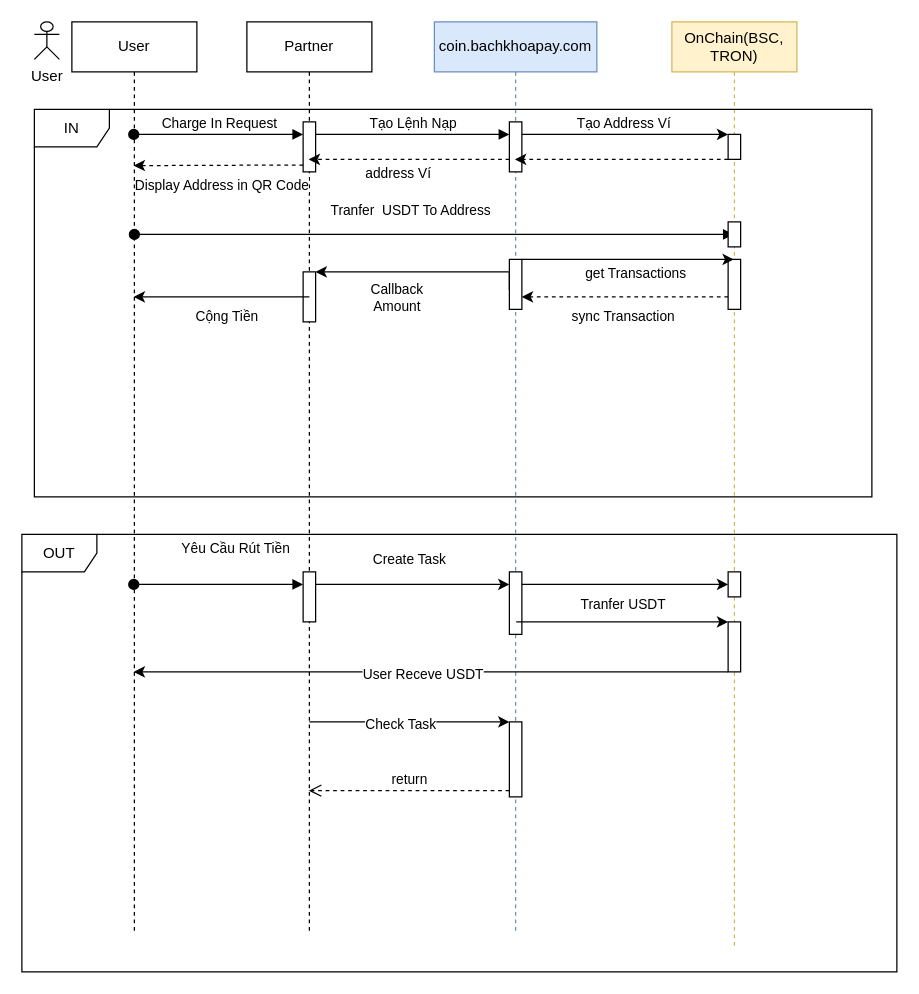
Earlier version of the draw.io diagram NapTheNhanh.drawio (bachdev/diagram). Source tidied: cells renumbered, new cells numbered last; positions are measured from the earlier drawing's top-left corner, leaving out a move shared by most shapes. Both pictures are drawn from the tidied source at 125%, with x=0, y=0 at pixel (21, 21).
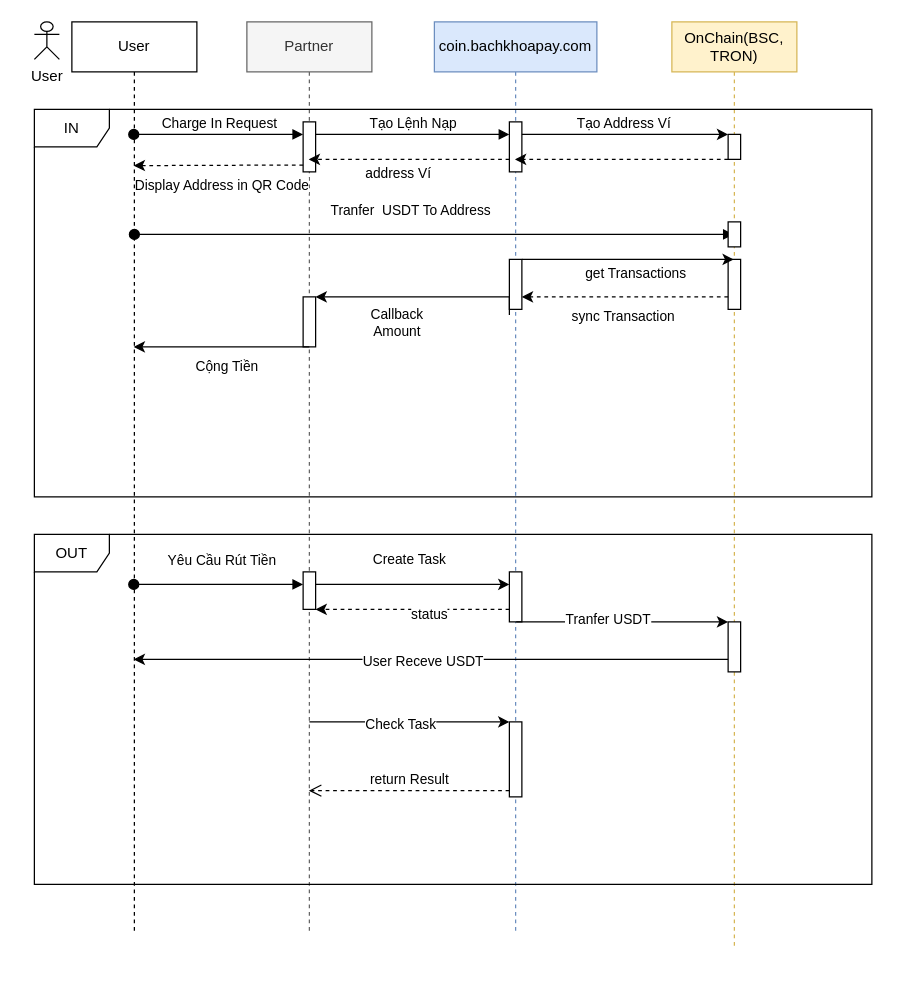
Above is the later version.

Unchanged cells that the change refers to:
```xml
<mxCell id="6" value="coin.bachkhoapay.com" style="shape=umlLifeline;perimeter=lifelinePerimeter;whiteSpace=wrap;html=1;newEdgeStyle={&quot;edgeStyle&quot;:&quot;elbowEdgeStyle&quot;,&quot;elbow&quot;:&quot;vertical&quot;,&quot;curved&quot;:0,&quot;rounded&quot;:0};fillColor=#dae8fc;strokeColor=#6c8ebf;" parent="1" vertex="1">
  <mxGeometry x="330" width="130" height="730" as="geometry" />
</mxCell>
<mxCell id="11" style="html=1;points=[[0,0,0,0,5],[0,1,0,0,-5],[1,0,0,0,5],[1,1,0,0,-5]];perimeter=orthogonalPerimeter;outlineConnect=0;targetShapes=umlLifeline;portConstraint=eastwest;newEdgeStyle={&quot;curved&quot;:0,&quot;rounded&quot;:0};" parent="6" vertex="1">
  <mxGeometry x="60" y="560" width="10" height="60" as="geometry" />
</mxCell>
<mxCell id="14" value="OnChain(BSC, TRON)" style="shape=umlLifeline;perimeter=lifelinePerimeter;whiteSpace=wrap;html=1;outlineConnect=0;portConstraint=eastwest;newEdgeStyle={&quot;edgeStyle&quot;:&quot;elbowEdgeStyle&quot;,&quot;elbow&quot;:&quot;vertical&quot;,&quot;curved&quot;:0,&quot;rounded&quot;:0};fillColor=#fff2cc;strokeColor=#d6b656;" parent="1" vertex="1">
  <mxGeometry x="520" width="100" height="740" as="geometry" />
</mxCell>
<mxCell id="19" style="html=1;points=[];perimeter=orthogonalPerimeter;outlineConnect=0;targetShapes=umlLifeline;portConstraint=eastwest;newEdgeStyle={&quot;edgeStyle&quot;:&quot;elbowEdgeStyle&quot;,&quot;elbow&quot;:&quot;vertical&quot;,&quot;curved&quot;:0,&quot;rounded&quot;:0};" parent="14" vertex="1">
  <mxGeometry x="45" y="480" width="10" height="40" as="geometry" />
</mxCell>
<mxCell id="20" value="User" style="shape=umlLifeline;perimeter=lifelinePerimeter;whiteSpace=wrap;html=1;outlineConnect=0;portConstraint=eastwest;newEdgeStyle={&quot;edgeStyle&quot;:&quot;elbowEdgeStyle&quot;,&quot;elbow&quot;:&quot;vertical&quot;,&quot;curved&quot;:0,&quot;rounded&quot;:0};" parent="1" vertex="1">
  <mxGeometry x="40" width="100" height="730" as="geometry" />
</mxCell>
<mxCell id="45" style="edgeStyle=elbowEdgeStyle;rounded=0;orthogonalLoop=1;jettySize=auto;html=1;elbow=vertical;curved=0;" parent="1" edge="1">
  <mxGeometry relative="1" as="geometry">
    <mxPoint x="395.5" y="480" as="sourcePoint" />
    <mxPoint x="565" y="480" as="targetPoint" />
  </mxGeometry>
</mxCell>
```

Diff of the diagram source:
```diff
@@
-    <mxCell id="2" value="Partner" style="shape=umlLifeline;perimeter=lifelinePerimeter;whiteSpace=wrap;html=1;outlineConnect=0;portConstraint=eastwest;newEdgeStyle={&quot;edgeStyle&quot;:&quot;elbowEdgeStyle&quot;,&quot;elbow&quot;:&quot;vertical&quot;,&quot;curved&quot;:0,&quot;rounded&quot;:0};" parent="1" vertex="1">
+    <mxCell id="2" value="Partner" style="shape=umlLifeline;perimeter=lifelinePerimeter;whiteSpace=wrap;html=1;outlineConnect=0;portConstraint=eastwest;newEdgeStyle={&quot;edgeStyle&quot;:&quot;elbowEdgeStyle&quot;,&quot;elbow&quot;:&quot;vertical&quot;,&quot;curved&quot;:0,&quot;rounded&quot;:0};fillColor=#f5f5f5;fontColor=#333333;strokeColor=#666666;" parent="1" vertex="1">
       <mxGeometry x="180" width="100" height="730" as="geometry" />
     </mxCell>
@@
     <mxCell id="4" style="html=1;points=[];perimeter=orthogonalPerimeter;outlineConnect=0;targetShapes=umlLifeline;portConstraint=eastwest;newEdgeStyle={&quot;edgeStyle&quot;:&quot;elbowEdgeStyle&quot;,&quot;elbow&quot;:&quot;vertical&quot;,&quot;curved&quot;:0,&quot;rounded&quot;:0};" parent="2" vertex="1">
-      <mxGeometry x="45" y="200" width="10" height="40" as="geometry" />
+      <mxGeometry x="45" y="220" width="10" height="40" as="geometry" />
     </mxCell>
     <mxCell id="5" style="html=1;points=[];perimeter=orthogonalPerimeter;outlineConnect=0;targetShapes=umlLifeline;portConstraint=eastwest;newEdgeStyle={&quot;edgeStyle&quot;:&quot;elbowEdgeStyle&quot;,&quot;elbow&quot;:&quot;vertical&quot;,&quot;curved&quot;:0,&quot;rounded&quot;:0};" parent="2" vertex="1">
-      <mxGeometry x="45" y="440" width="10" height="40" as="geometry" />
+      <mxGeometry x="45" y="440" width="10" height="30" as="geometry" />
     </mxCell>
@@
     <mxCell id="9" style="html=1;points=[];perimeter=orthogonalPerimeter;outlineConnect=0;targetShapes=umlLifeline;portConstraint=eastwest;newEdgeStyle={&quot;edgeStyle&quot;:&quot;elbowEdgeStyle&quot;,&quot;elbow&quot;:&quot;vertical&quot;,&quot;curved&quot;:0,&quot;rounded&quot;:0};" parent="6" vertex="1">
-      <mxGeometry x="60" y="440" width="10" height="50" as="geometry" />
+      <mxGeometry x="60" y="440" width="10" height="40" as="geometry" />
     </mxCell>
-    <mxCell id="10" style="edgeStyle=elbowEdgeStyle;rounded=0;jettySize=auto;html=1;elbow=vertical;curved=0;" parent="6" edge="1" source="9">
-      <mxGeometry relative="1" as="geometry">
-        <mxPoint x="70" y="475" as="targetPoint" />
-      </mxGeometry>
-    </mxCell>
@@
-    <mxCell id="18" style="html=1;points=[];perimeter=orthogonalPerimeter;outlineConnect=0;targetShapes=umlLifeline;portConstraint=eastwest;newEdgeStyle={&quot;edgeStyle&quot;:&quot;elbowEdgeStyle&quot;,&quot;elbow&quot;:&quot;vertical&quot;,&quot;curved&quot;:0,&quot;rounded&quot;:0};" parent="14" vertex="1">
-      <mxGeometry x="45" y="440" width="10" height="20" as="geometry" />
-    </mxCell>
@@
-    <mxCell id="32" style="edgeStyle=elbowEdgeStyle;rounded=0;jettySize=auto;html=1;elbow=vertical;curved=0;" parent="1" edge="1" target="4">
+    <mxCell id="32" style="edgeStyle=elbowEdgeStyle;rounded=0;orthogonalLoop=1;jettySize=auto;html=1;elbow=vertical;curved=0;" parent="1" edge="1">
       <mxGeometry relative="1" as="geometry">
-        <mxPoint x="390" y="214.5" as="sourcePoint" />
+        <mxPoint x="390" y="234.5" as="sourcePoint" />
+        <mxPoint x="235" y="220" as="targetPoint" />
         <Array as="points">
-          <mxPoint x="310" y="200" />
+          <mxPoint x="310" y="220" />
         </Array>
       </mxGeometry>
     </mxCell>
@@
-    <mxCell id="34" style="edgeStyle=elbowEdgeStyle;rounded=0;jettySize=auto;html=1;elbow=vertical;curved=0;" parent="1" edge="1" target="20">
+    <mxCell id="34" style="edgeStyle=elbowEdgeStyle;rounded=0;orthogonalLoop=1;jettySize=auto;html=1;elbow=vertical;curved=0;" parent="1" edge="1">
       <mxGeometry relative="1" as="geometry">
-        <mxPoint x="230" y="220" as="sourcePoint" />
+        <mxPoint x="230" y="260" as="sourcePoint" />
+        <mxPoint x="89.5" y="260" as="targetPoint" />
       </mxGeometry>
     </mxCell>
@@
     <mxCell id="40" value="OUT" style="shape=umlFrame;whiteSpace=wrap;html=1;" parent="1" vertex="1">
-      <mxGeometry y="410" width="700" height="350" as="geometry" />
+      <mxGeometry x="10" y="410" width="670" height="280" as="geometry" />
     </mxCell>
     <mxCell id="41" value="Yêu Cầu Rút Tiền" style="html=1;verticalAlign=bottom;startArrow=oval;endArrow=block;startSize=8;edgeStyle=elbowEdgeStyle;elbow=vertical;curved=0;rounded=0;" parent="1" edge="1">
-      <mxGeometry x="0.19" y="20" relative="1" as="geometry">
+      <mxGeometry x="0.04" y="10" relative="1" as="geometry">
         <mxPoint x="89.5" y="450" as="sourcePoint" />
         <mxPoint x="225" y="450" as="targetPoint" />
       </mxGeometry>
     </mxCell>
@@
-    <mxCell id="44" style="edgeStyle=elbowEdgeStyle;rounded=0;jettySize=auto;html=1;elbow=vertical;curved=0;" parent="1" edge="1" source="9" target="18">
-      <mxGeometry relative="1" as="geometry" />
-    </mxCell>
@@
     <mxCell id="46" value="Tranfer USDT " style="edgeLabel;html=1;align=center;verticalAlign=middle;" parent="45" vertex="1">
-      <mxGeometry x="0.36" relative="1" as="geometry">
-        <mxPoint x="-30" y="-15" as="offset" />
-      </mxGeometry>
+      <mxGeometry x="-0.14" y="3" relative="1" as="geometry" />
     </mxCell>
-    <mxCell id="47" style="edgeStyle=elbowEdgeStyle;rounded=0;jettySize=auto;html=1;elbow=vertical;curved=0;" parent="1" edge="1" source="19" target="20">
+    <mxCell id="47" style="edgeStyle=elbowEdgeStyle;rounded=0;orthogonalLoop=1;jettySize=auto;html=1;elbow=vertical;curved=0;" parent="1" edge="1">
       <mxGeometry relative="1" as="geometry">
+        <mxPoint x="565" y="510" as="sourcePoint" />
+        <mxPoint x="89.5" y="510" as="targetPoint" />
         <Array as="points">
-          <mxPoint x="430" y="520" />
+          <mxPoint x="430" y="510" />
         </Array>
       </mxGeometry>
     </mxCell>
@@
-    <mxCell id="51" value="return" style="html=1;verticalAlign=bottom;endArrow=open;dashed=1;endSize=8;curved=0;rounded=0;exitX=0;exitY=1;exitDx=0;exitDy=-5;" parent="1" edge="1" source="11" target="2">
+    <mxCell id="51" value="return Result " style="html=1;verticalAlign=bottom;endArrow=open;dashed=1;endSize=8;curved=0;rounded=0;exitX=0;exitY=1;exitDx=0;exitDy=-5;" parent="1" edge="1" source="11" target="2">
       <mxGeometry relative="1" as="geometry" />
     </mxCell>
@@
+    <mxCell id="53" style="edgeStyle=elbowEdgeStyle;rounded=0;jettySize=auto;html=1;elbow=vertical;curved=0;dashed=1;" parent="1" edge="1" source="9" target="5">
+      <mxGeometry relative="1" as="geometry">
+        <Array as="points">
+          <mxPoint x="310" y="470" />
+        </Array>
+      </mxGeometry>
+    </mxCell>
+    <mxCell id="54" value="status" style="edgeLabel;html=1;align=center;verticalAlign=middle;" parent="53" vertex="1">
+      <mxGeometry x="-0.16" y="3" relative="1" as="geometry" />
+    </mxCell>
```
